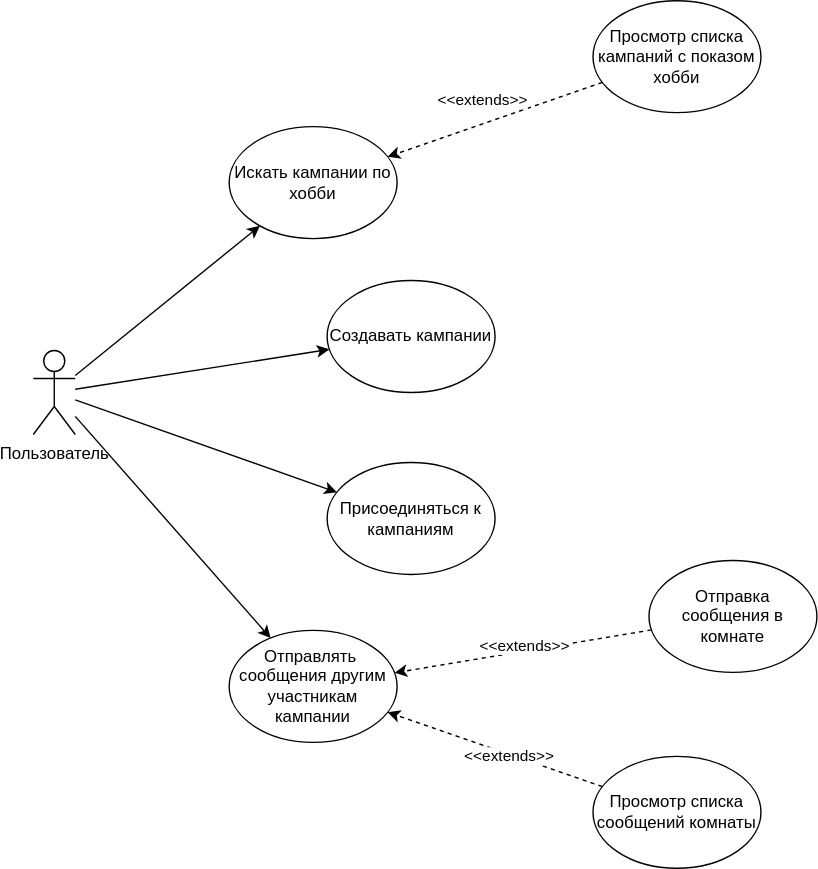
Above: src/docs/Use_Case_Diagram.svg in arngrey/EventApp (draw.io), before the change. Source tidied: cells renumbered, new cells last; positions are measured from the earlier drawing's top-left corner, leaving out a move shared by most shapes. Its diagram source:
```xml
<mxGraphModel>
  <root>
    <mxCell id="0" />
    <mxCell id="1" parent="0" />
    <mxCell id="2" value="Пользователь" style="shape=umlActor;verticalLabelPosition=bottom;verticalAlign=top;html=1;outlineConnect=0;" parent="1" vertex="1">
      <mxGeometry y="250" width="30" height="60" as="geometry" />
    </mxCell>
    <mxCell id="3" value="Искать кампании по хобби" style="ellipse;whiteSpace=wrap;html=1;" parent="1" vertex="1">
      <mxGeometry x="140" y="90" width="120" height="80" as="geometry" />
    </mxCell>
    <mxCell id="4" value="Создавать кампании" style="ellipse;whiteSpace=wrap;html=1;" parent="1" vertex="1">
      <mxGeometry x="210" y="200" width="120" height="80" as="geometry" />
    </mxCell>
    <mxCell id="5" value="Присоединяться к кампаниям" style="ellipse;whiteSpace=wrap;html=1;" parent="1" vertex="1">
      <mxGeometry x="210" y="330" width="120" height="80" as="geometry" />
    </mxCell>
    <mxCell id="6" value="Отправлять&amp;nbsp; сообщения другим участникам кампании" style="ellipse;whiteSpace=wrap;html=1;" parent="1" vertex="1">
      <mxGeometry x="140" y="450" width="120" height="80" as="geometry" />
    </mxCell>
    <mxCell id="7" style="endArrow=classic;html=1;" parent="1" edge="1" source="2" target="3">
      <mxGeometry relative="1" as="geometry" />
    </mxCell>
    <mxCell id="8" style="endArrow=classic;html=1;" parent="1" edge="1" source="2" target="4">
      <mxGeometry relative="1" as="geometry" />
    </mxCell>
    <mxCell id="9" style="endArrow=classic;html=1;" parent="1" edge="1" source="2" target="5">
      <mxGeometry relative="1" as="geometry" />
    </mxCell>
    <mxCell id="10" style="endArrow=classic;html=1;" parent="1" edge="1" source="2" target="6">
      <mxGeometry relative="1" as="geometry" />
    </mxCell>
    <mxCell id="11" value="Просмотр списка кампаний с показом хобби" style="ellipse;whiteSpace=wrap;html=1;" parent="1" vertex="1">
      <mxGeometry x="400" width="120" height="80" as="geometry" />
    </mxCell>
    <mxCell id="12" style="html=1;labelBackgroundColor=#ffffff;startArrow=none;startFill=0;startSize=6;endArrow=classic;endFill=1;endSize=6;jettySize=auto;strokeWidth=1;dashed=1;fontSize=14;" parent="1" edge="1" source="11" target="3">
      <mxGeometry relative="1" as="geometry" />
    </mxCell>
    <mxCell id="13" value="&amp;lt;&amp;lt;extends&amp;gt;&amp;gt;" style="edgeLabel;html=1;align=center;verticalAlign=middle;" parent="12" vertex="1">
      <mxGeometry x="0.2" y="1" relative="1" as="geometry">
        <mxPoint x="5" y="-21" as="offset" />
      </mxGeometry>
    </mxCell>
    <mxCell id="14" value="Просмотр списка сообщений комнаты" style="ellipse;whiteSpace=wrap;html=1;" parent="1" vertex="1">
      <mxGeometry x="400" y="540" width="120" height="80" as="geometry" />
    </mxCell>
    <mxCell id="15" value="Отправка сообщения в комнате" style="ellipse;whiteSpace=wrap;html=1;" parent="1" vertex="1">
      <mxGeometry x="440" y="400" width="120" height="80" as="geometry" />
    </mxCell>
    <mxCell id="16" style="html=1;labelBackgroundColor=#ffffff;startArrow=none;startFill=0;startSize=6;endArrow=classic;endFill=1;endSize=6;jettySize=auto;strokeWidth=1;dashed=1;fontSize=14;" parent="1" edge="1" source="15" target="6">
      <mxGeometry relative="1" as="geometry" />
    </mxCell>
    <mxCell id="17" value="&amp;lt;&amp;lt;extends&amp;gt;&amp;gt;" style="edgeLabel;html=1;align=center;verticalAlign=middle;" parent="16" vertex="1">
      <mxGeometry x="0.2" y="1" relative="1" as="geometry">
        <mxPoint x="19" y="-9" as="offset" />
      </mxGeometry>
    </mxCell>
    <mxCell id="18" style="html=1;labelBackgroundColor=#ffffff;startArrow=none;startFill=0;startSize=6;endArrow=classic;endFill=1;endSize=6;jettySize=auto;strokeWidth=1;dashed=1;fontSize=14;" parent="1" edge="1" source="14" target="6">
      <mxGeometry relative="1" as="geometry" />
    </mxCell>
    <mxCell id="19" value="&amp;lt;&amp;lt;extends&amp;gt;&amp;gt;" style="edgeLabel;html=1;align=center;verticalAlign=middle;" parent="18" vertex="1">
      <mxGeometry x="0.2" y="1" relative="1" as="geometry">
        <mxPoint x="25" y="9" as="offset" />
      </mxGeometry>
    </mxCell>
  </root>
</mxGraphModel>
```
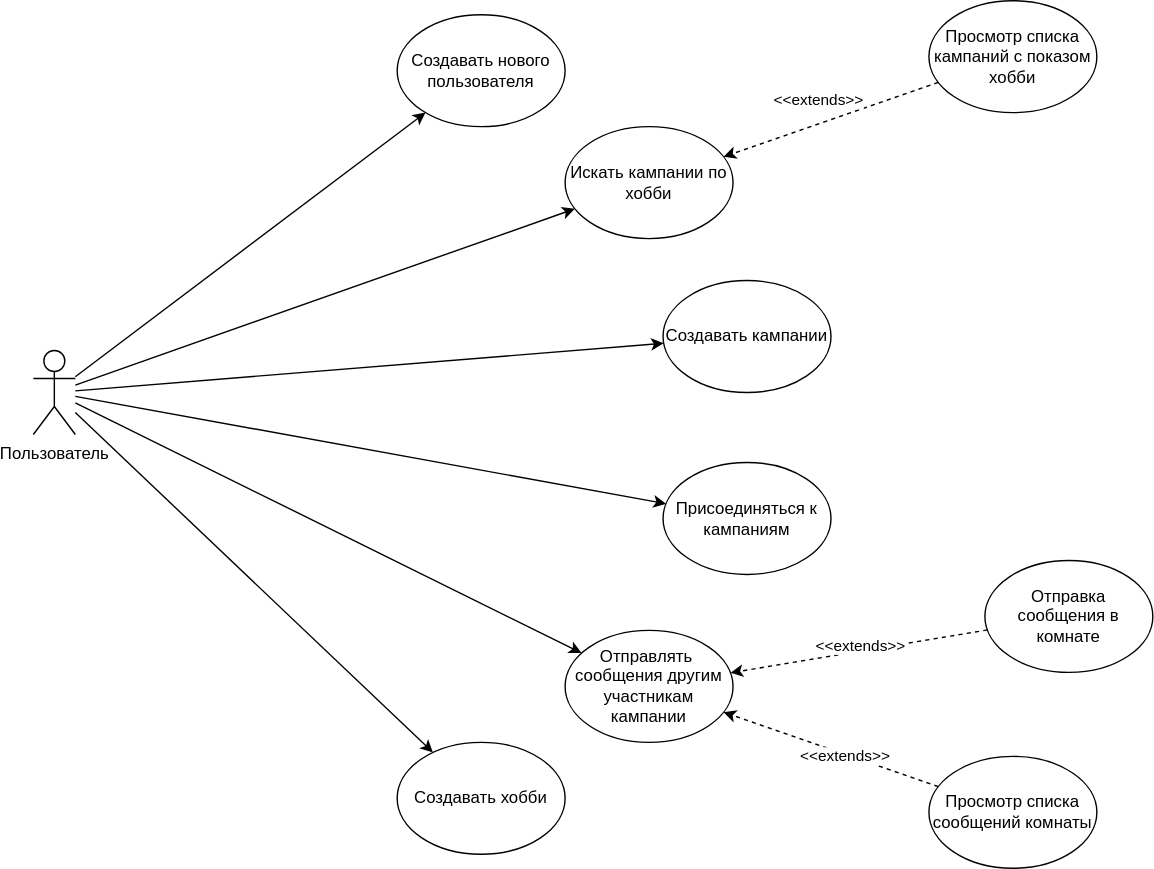
After the commit.

What changed in the source:
```diff
@@ -3,7 +3,7 @@
     <mxCell id="0" />
     <mxCell id="1" parent="0" />
     <mxCell id="2" value="Пользователь" style="shape=umlActor;verticalLabelPosition=bottom;verticalAlign=top;html=1;outlineConnect=0;" parent="1" vertex="1">
-      <mxGeometry y="250" width="30" height="60" as="geometry" />
+      <mxGeometry x="-240" y="250" width="30" height="60" as="geometry" />
     </mxCell>
     <mxCell id="3" value="Искать кампании по хобби" style="ellipse;whiteSpace=wrap;html=1;" parent="1" vertex="1">
       <mxGeometry x="140" y="90" width="120" height="80" as="geometry" />
@@ -62,5 +62,17 @@
         <mxPoint x="25" y="9" as="offset" />
       </mxGeometry>
     </mxCell>
+    <mxCell id="20" value="Создавать хобби" style="ellipse;whiteSpace=wrap;html=1;" parent="1" vertex="1">
+      <mxGeometry x="20" y="530" width="120" height="80" as="geometry" />
+    </mxCell>
+    <mxCell id="21" value="Создавать нового пользователя" style="ellipse;whiteSpace=wrap;html=1;" parent="1" vertex="1">
+      <mxGeometry x="20" y="10" width="120" height="80" as="geometry" />
+    </mxCell>
+    <mxCell id="22" style="endArrow=classic;html=1;" parent="1" edge="1" source="2" target="21">
+      <mxGeometry relative="1" as="geometry" />
+    </mxCell>
+    <mxCell id="23" style="endArrow=classic;html=1;" parent="1" edge="1" source="2" target="20">
+      <mxGeometry relative="1" as="geometry" />
+    </mxCell>
   </root>
 </mxGraphModel>
```
